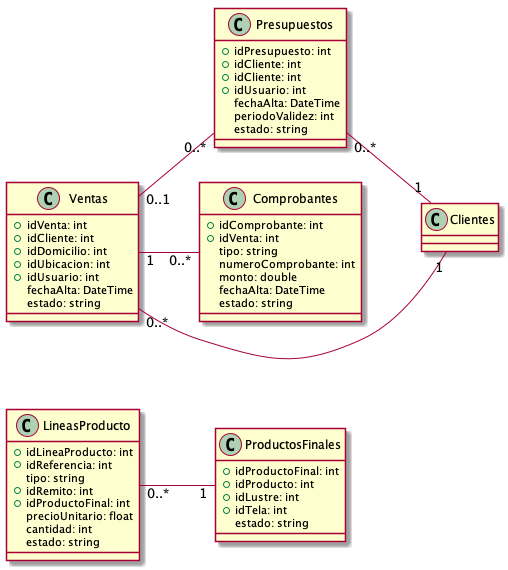
Earlier version of the PlantUML export Informe Final/Imagenes/DiagramaClases/Vistas/vistaPresupuestosVentas.png (ZMGestion/DocumentacionZMGestion). Source of this version:
```plantuml
@startuml vistaPresupuestosVentas
class ProductosFinales{
    +idProductoFinal: int
    +idProducto: int
    +idLustre: int
    +idTela: int
    estado: string
}
class LineasProducto{
    +idLineaProducto: int
    +idReferencia: int
    tipo: string
    +idRemito: int
    +idProductoFinal: int
    precioUnitario: float
    cantidad: int
    estado: string
}
class Ventas{
    +idVenta: int
    +idCliente: int
    +idDomicilio: int
    +idUbicacion: int
    +idUsuario: int
    fechaAlta: DateTime
    estado: string
}
class Presupuestos{
    +idPresupuesto: int
    +idCliente: int
    +idCliente: int
    +idUsuario: int
    fechaAlta: DateTime
    periodoValidez: int
    estado: string
}
class Comprobantes{
    +idComprobante: int
    +idVenta: int
    tipo: string
    numeroComprobante: int
    monto: double
    fechaAlta: DateTime
    estado: string
}

left to right direction
Ventas "0..*" -- "1" Clientes
Presupuestos "0..*"--"1" Clientes
Ventas "0..1" -- "0..*" Presupuestos
LineasProducto "0..*"--"1" ProductosFinales
Ventas "1" -- "0..*" Comprobantes
@enduml
```
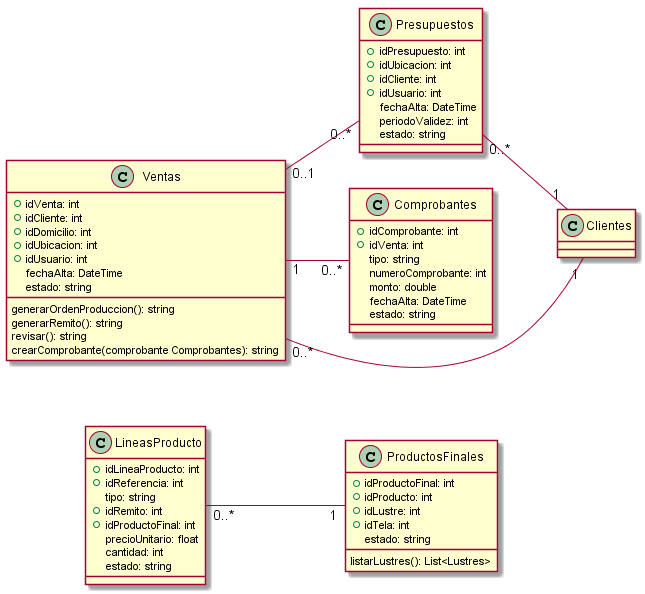
Above is the later version.

Change to the diagram source:
```diff
@@ -5,6 +5,8 @@
     +idLustre: int
     +idTela: int
     estado: string
+
+    listarLustres(): List<Lustres>
 }
 class LineasProducto{
     +idLineaProducto: int
@@ -24,10 +26,15 @@
     +idUsuario: int
     fechaAlta: DateTime
     estado: string
+
+    generarOrdenProduccion(): string
+    generarRemito(): string
+    revisar(): string
+    crearComprobante(comprobante Comprobantes): string
 }
 class Presupuestos{
     +idPresupuesto: int
-    +idCliente: int
+    +idUbicacion: int
     +idCliente: int
     +idUsuario: int
     fechaAlta: DateTime
```
